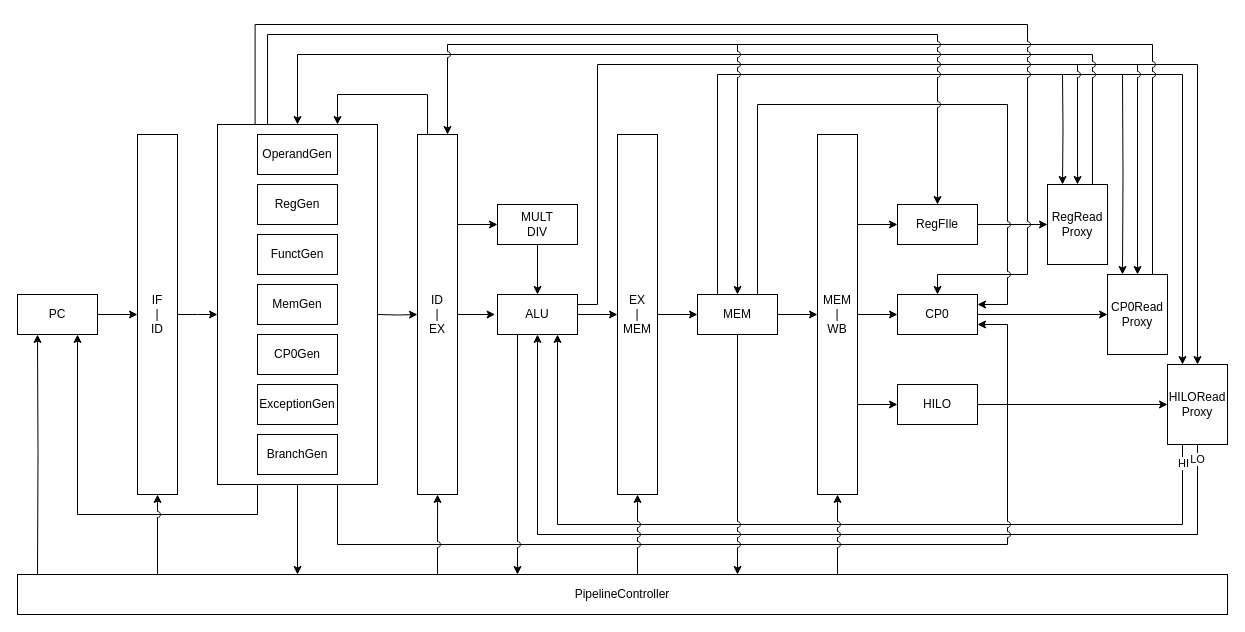
Before: CS/ExternMIPS/特权指令/MFC0.drawio in umiskky/Diagrams, a draw.io diagram. Source tidied: cells renumbered, new cells numbered last; positions are measured from the earlier drawing's top-left corner, leaving out a move shared by most shapes. Both pictures are drawn from the tidied source at 100%, with x=0, y=0 at pixel (17, 24).
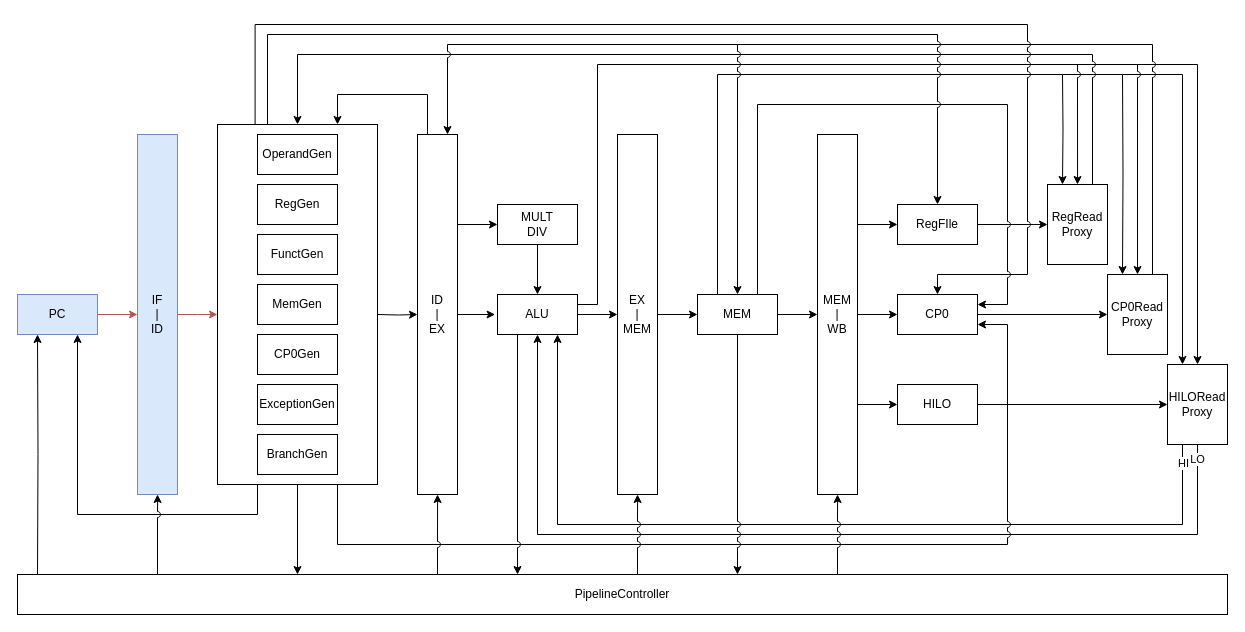
After the change.

Change to the diagram source:
```diff
@@
-    <mxCell id="15" style="edgeStyle=orthogonalEdgeStyle;rounded=0;jettySize=auto;html=1;exitX=1;exitY=0.5;exitDx=0;exitDy=0;" parent="1" edge="1" source="17" target="20">
+    <mxCell id="15" style="edgeStyle=orthogonalEdgeStyle;rounded=0;jettySize=auto;html=1;exitX=1;exitY=0.5;exitDx=0;exitDy=0;fillColor=#f8cecc;strokeColor=#b85450;" parent="1" edge="1" source="17" target="20">
       <mxGeometry relative="1" as="geometry" />
     </mxCell>
@@
-    <mxCell id="17" value="PC" style="rounded=0;whiteSpace=wrap;html=1;" parent="1" vertex="1">
+    <mxCell id="17" value="PC" style="rounded=0;whiteSpace=wrap;html=1;fillColor=#dae8fc;strokeColor=#6c8ebf;" parent="1" vertex="1">
       <mxGeometry y="270" width="80" height="40" as="geometry" />
     </mxCell>
-    <mxCell id="18" style="edgeStyle=orthogonalEdgeStyle;rounded=0;jettySize=auto;html=1;exitX=1;exitY=0.5;exitDx=0;exitDy=0;entryX=0;entryY=0.5;entryDx=0;entryDy=0;" parent="1" edge="1" source="20">
+    <mxCell id="18" style="edgeStyle=orthogonalEdgeStyle;rounded=0;jettySize=auto;html=1;exitX=1;exitY=0.5;exitDx=0;exitDy=0;entryX=0;entryY=0.5;entryDx=0;entryDy=0;fillColor=#f8cecc;strokeColor=#b85450;" parent="1" edge="1" source="20">
       <mxGeometry relative="1" as="geometry">
         <mxPoint x="200" y="290" as="targetPoint" />
       </mxGeometry>
     </mxCell>
@@
-    <mxCell id="20" value="IF&lt;br&gt;|&lt;br&gt;ID" style="rounded=0;whiteSpace=wrap;html=1;" parent="1" vertex="1">
+    <mxCell id="20" value="IF&lt;br&gt;|&lt;br&gt;ID" style="rounded=0;whiteSpace=wrap;html=1;fillColor=#dae8fc;strokeColor=#6c8ebf;" parent="1" vertex="1">
       <mxGeometry x="120" y="110" width="40" height="360" as="geometry" />
     </mxCell>
```
